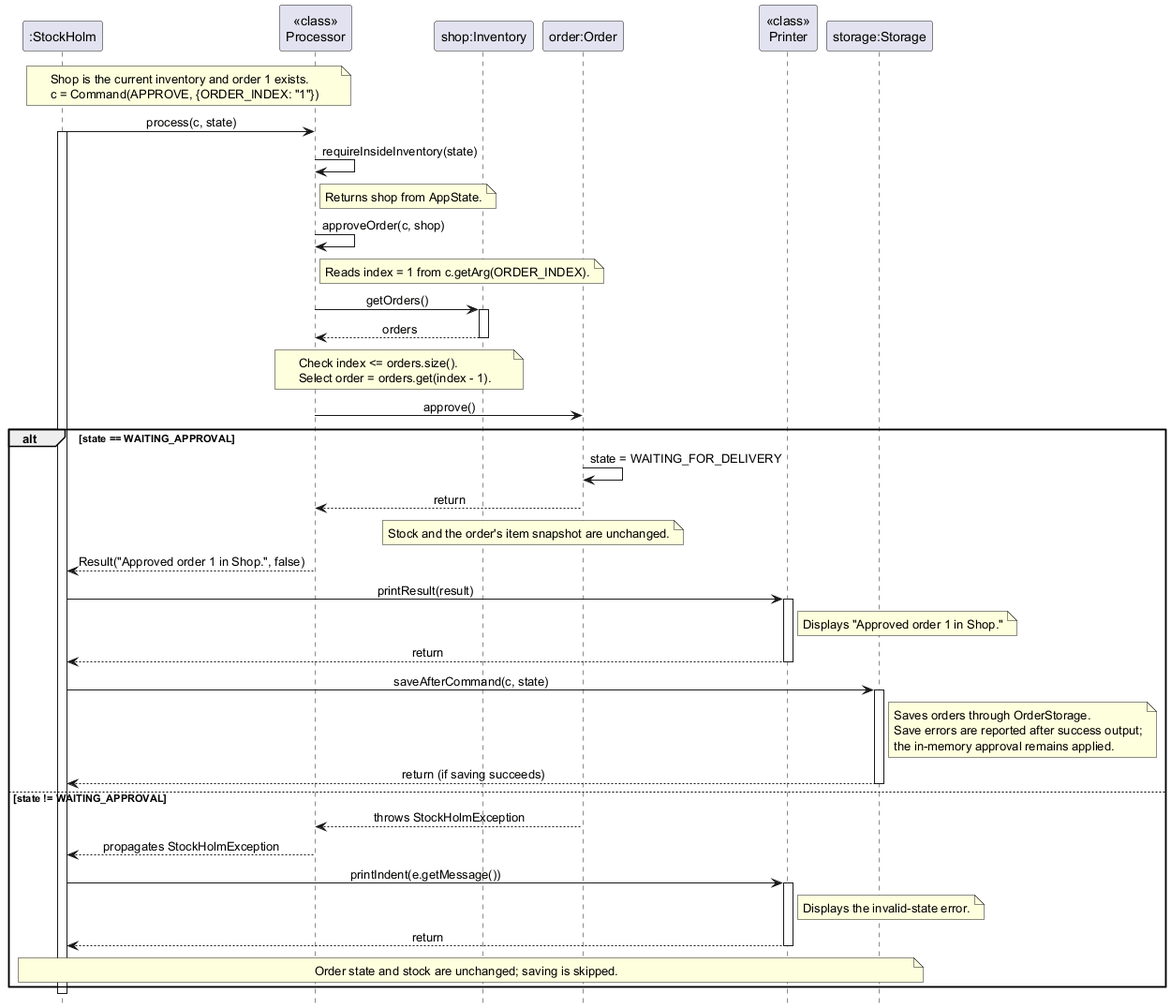
This is docs/images/OrderApprovalSequence.png from AY2627S1-CS2113-W14-4/tp, a PlantUML export, as it was before one commit.
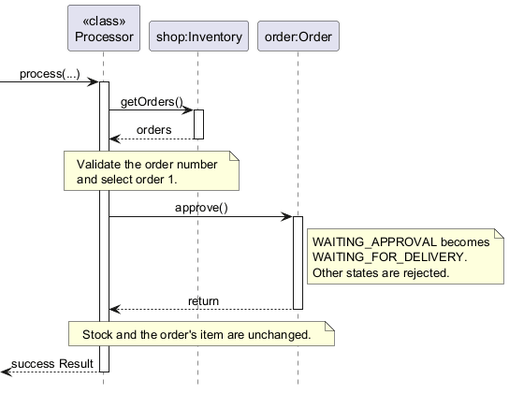
The same file after the commit.

Commit message:
docs: Simplify order approval sequence diagram

What changed in the source:
```diff
@@ -2,62 +2,33 @@
 hide footbox
 skinparam sequenceMessageAlign center
 
-participant ":StockHolm" as Main
 participant "<<class>>\nProcessor" as Processor
 participant "shop:Inventory" as Inventory
 participant "order:Order" as Order
-participant "<<class>>\nPrinter" as Printer
-participant "storage:Storage" as Storage
 
-note over Main, Processor
-    Shop is the current inventory and order 1 exists.
-    c = Command(APPROVE, {ORDER_INDEX: "1"})
-end note
-
-Main -> Processor : process(c, state)
-activate Main
-Processor -> Processor : requireInsideInventory(state)
-note right of Processor : Returns shop from AppState.
-Processor -> Processor : approveOrder(c, shop)
-note right of Processor : Reads index = 1 from c.getArg(ORDER_INDEX).
+[-> Processor : process(...)
+activate Processor
 Processor -> Inventory : getOrders()
 activate Inventory
 Inventory --> Processor : orders
 deactivate Inventory
 note over Processor, Inventory
-    Check index <= orders.size().
-    Select order = orders.get(index - 1).
+    Validate the order number
+    and select order 1.
 end note
 
 Processor -> Order : approve()
-alt state == WAITING_APPROVAL
-    Order -> Order : state = WAITING_FOR_DELIVERY
-    Order --> Processor : return
-    note over Inventory, Order : Stock and the order's item snapshot are unchanged.
-    Processor --> Main : Result("Approved order 1 in Shop.", false)
-    Main -> Printer : printResult(result)
-    activate Printer
-    note right of Printer : Displays "Approved order 1 in Shop."
-    Printer --> Main : return
-    deactivate Printer
-    Main -> Storage : saveAfterCommand(c, state)
-    activate Storage
-    note right of Storage
-        Saves orders through OrderStorage.
-        Save errors are reported after success output;
-        the in-memory approval remains applied.
-    end note
-    Storage --> Main : return (if saving succeeds)
-    deactivate Storage
-else state != WAITING_APPROVAL
-    Order --> Processor : throws StockHolmException
-    Processor --> Main : propagates StockHolmException
-    Main -> Printer : printIndent(e.getMessage())
-    activate Printer
-    note right of Printer : Displays the invalid-state error.
-    Printer --> Main : return
-    deactivate Printer
-    note over Main, Storage : Order state and stock are unchanged; saving is skipped.
-end
-deactivate Main
+activate Order
+note right of Order
+    WAITING_APPROVAL becomes
+    WAITING_FOR_DELIVERY.
+    Other states are rejected.
+end note
+Order --> Processor : return
+deactivate Order
+note over Processor, Order
+    Stock and the order's item are unchanged.
+end note
+[<-- Processor : success Result
+deactivate Processor
 @enduml
```
